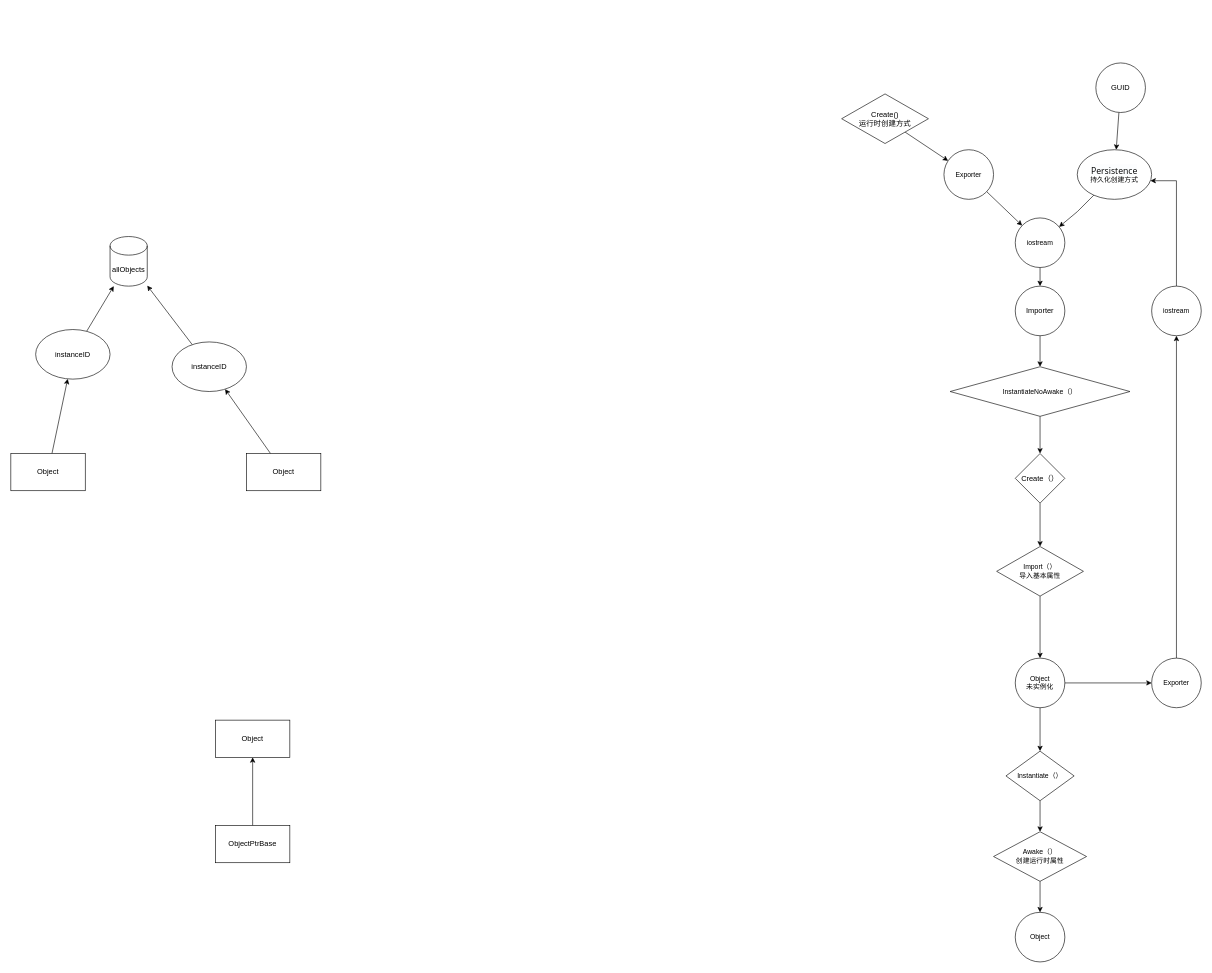
Before: BDXKEngine.drawio in BDFFZI/BDXKEngine, a draw.io diagram. Source tidied: cells renumbered, new cells numbered last; positions are measured from the earlier drawing's top-left corner, leaving out a move shared by most shapes. Both pictures are drawn from the tidied source at 62%, with x=0, y=0 at pixel (11, 63).
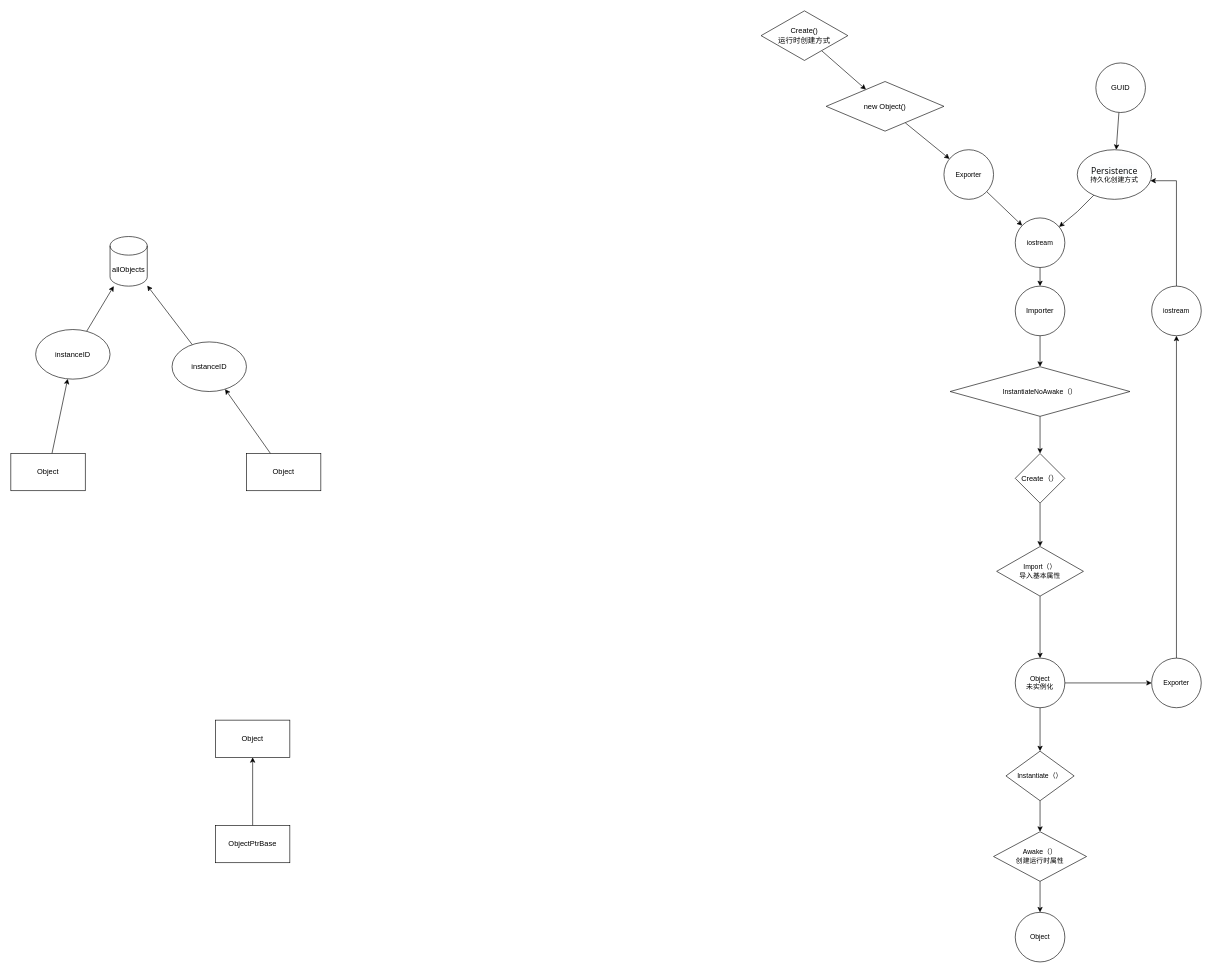
The same diagram, later.

The change refers to these unchanged cells:
```xml
<mxCell id="40" value="Exporter" style="ellipse;whiteSpace=wrap;html=1;fontFamily=Helvetica;fontSize=11;fontColor=#000000;" parent="1" vertex="1">
  <mxGeometry x="1505" y="140" width="80" height="80" as="geometry" />
</mxCell>
```

The edit, as a diff of the source:
```diff
@@
-    <mxCell id="14" style="edgeStyle=none;shape=connector;rounded=0;jettySize=auto;html=1;labelBackgroundColor=default;strokeColor=default;fontFamily=Helvetica;fontSize=11;fontColor=#000000;endArrow=classic;" parent="1" edge="1" source="15" target="40">
+    <mxCell id="14" style="edgeStyle=none;shape=connector;rounded=0;jettySize=auto;html=1;labelBackgroundColor=default;strokeColor=default;fontFamily=Helvetica;fontSize=11;fontColor=#000000;endArrow=classic;" parent="1" edge="1" source="15" target="45">
       <mxGeometry relative="1" as="geometry" />
     </mxCell>
     <mxCell id="15" value="Create()&lt;br&gt;运行时创建方式" style="rhombus;whiteSpace=wrap;html=1;" parent="1" vertex="1">
-      <mxGeometry x="1340" y="50" width="140" height="80" as="geometry" />
+      <mxGeometry x="1210" y="-84" width="140" height="80" as="geometry" />
     </mxCell>
@@
+    <mxCell id="44" style="rounded=0;jettySize=auto;html=1;" parent="1" edge="1" source="45" target="40">
+      <mxGeometry relative="1" as="geometry" />
+    </mxCell>
+    <mxCell id="45" value="new Object()" style="rhombus;whiteSpace=wrap;html=1;" parent="1" vertex="1">
+      <mxGeometry x="1315" y="30" width="190" height="80" as="geometry" />
+    </mxCell>
```
